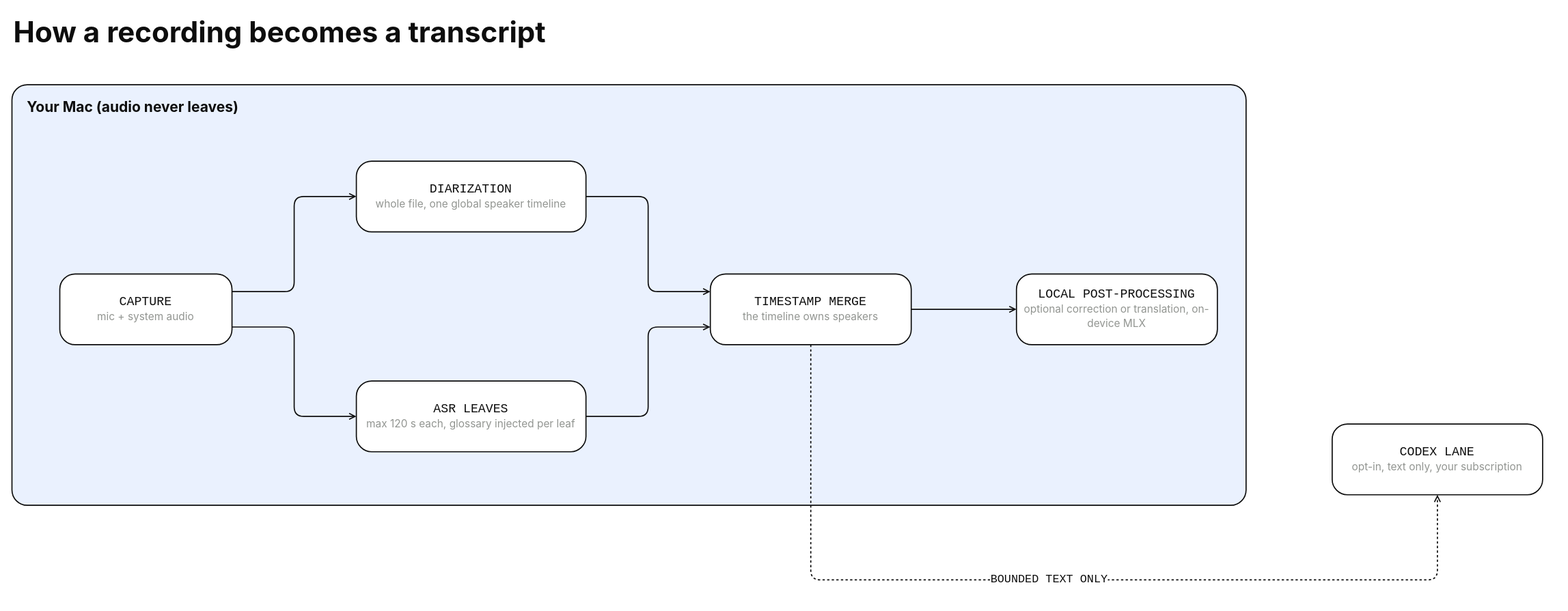
gigio1023/maccheroni keeps this draw.io diagram as docs/assets/pipeline-light.drawio.svg. Above is the earlier version. Source tidied: cells renumbered, new cells last; positions are measured from the earlier drawing's top-left corner, leaving out a move shared by most shapes. Its diagram source:
```xml
<mxGraphModel>
  <root>
    <mxCell id="0" />
    <mxCell id="1" parent="0" />
    <mxCell id="2" value="How a recording becomes a transcript" style="text;html=1;strokeColor=none;fillColor=none;align=left;verticalAlign=middle;fontFamily=Inter, Helvetica Neue, Helvetica, sans-serif;fontSize=30;fontStyle=1;fontColor=#0D0D0D;" parent="1" vertex="1">
      <mxGeometry width="820" height="40" as="geometry" />
    </mxCell>
    <mxCell id="3" value="Your Mac (audio never leaves)" style="rounded=1;absoluteArcSize=1;arcSize=32;whiteSpace=wrap;html=1;fillColor=#EAF1FE;strokeColor=#0D0D0D;strokeWidth=1.2;fontColor=#0D0D0D;fontFamily=Inter, Helvetica Neue, Helvetica, sans-serif;fontSize=15;fontStyle=1;verticalAlign=top;align=left;spacingLeft=14;spacingTop=8;shadow=0;" parent="1" vertex="1">
      <mxGeometry y="76" width="1290" height="440" as="geometry" />
    </mxCell>
    <mxCell id="4" value="CAPTURE&lt;br&gt;&lt;font face=&quot;Inter, Helvetica Neue, Helvetica, sans-serif&quot; style=&quot;font-size:11px&quot; color=&quot;#929591&quot;&gt;mic + system audio&lt;/font&gt;" style="rounded=1;absoluteArcSize=1;arcSize=32;whiteSpace=wrap;html=1;fillColor=#FFFFFF;strokeColor=#0D0D0D;strokeWidth=1.2;fontColor=#0D0D0D;fontFamily=IBM Plex Mono, Menlo, monospace;fontSize=13;align=center;spacing=8;shadow=0;" parent="1" vertex="1">
      <mxGeometry x="50" y="274" width="180" height="74" as="geometry" />
    </mxCell>
    <mxCell id="5" value="DIARIZATION&lt;br&gt;&lt;font face=&quot;Inter, Helvetica Neue, Helvetica, sans-serif&quot; style=&quot;font-size:11px&quot; color=&quot;#929591&quot;&gt;whole file, one global speaker timeline&lt;/font&gt;" style="rounded=1;absoluteArcSize=1;arcSize=32;whiteSpace=wrap;html=1;fillColor=#FFFFFF;strokeColor=#0D0D0D;strokeWidth=1.2;fontColor=#0D0D0D;fontFamily=IBM Plex Mono, Menlo, monospace;fontSize=13;align=center;spacing=8;shadow=0;" parent="1" vertex="1">
      <mxGeometry x="360" y="156" width="240" height="74" as="geometry" />
    </mxCell>
    <mxCell id="6" value="ASR LEAVES&lt;br&gt;&lt;font face=&quot;Inter, Helvetica Neue, Helvetica, sans-serif&quot; style=&quot;font-size:11px&quot; color=&quot;#929591&quot;&gt;max 120 s each, glossary injected per leaf&lt;/font&gt;" style="rounded=1;absoluteArcSize=1;arcSize=32;whiteSpace=wrap;html=1;fillColor=#FFFFFF;strokeColor=#0D0D0D;strokeWidth=1.2;fontColor=#0D0D0D;fontFamily=IBM Plex Mono, Menlo, monospace;fontSize=13;align=center;spacing=8;shadow=0;" parent="1" vertex="1">
      <mxGeometry x="360" y="386" width="240" height="74" as="geometry" />
    </mxCell>
    <mxCell id="7" value="TIMESTAMP MERGE&lt;br&gt;&lt;font face=&quot;Inter, Helvetica Neue, Helvetica, sans-serif&quot; style=&quot;font-size:11px&quot; color=&quot;#929591&quot;&gt;the timeline owns speakers&lt;/font&gt;" style="rounded=1;absoluteArcSize=1;arcSize=32;whiteSpace=wrap;html=1;fillColor=#FFFFFF;strokeColor=#0D0D0D;strokeWidth=1.2;fontColor=#0D0D0D;fontFamily=IBM Plex Mono, Menlo, monospace;fontSize=13;align=center;spacing=8;shadow=0;" parent="1" vertex="1">
      <mxGeometry x="730" y="274" width="210" height="74" as="geometry" />
    </mxCell>
    <mxCell id="8" value="LOCAL POST-PROCESSING&lt;br&gt;&lt;font face=&quot;Inter, Helvetica Neue, Helvetica, sans-serif&quot; style=&quot;font-size:11px&quot; color=&quot;#929591&quot;&gt;optional correction or translation, on-device MLX&lt;/font&gt;" style="rounded=1;absoluteArcSize=1;arcSize=32;whiteSpace=wrap;html=1;fillColor=#FFFFFF;strokeColor=#0D0D0D;strokeWidth=1.2;fontColor=#0D0D0D;fontFamily=IBM Plex Mono, Menlo, monospace;fontSize=13;align=center;spacing=8;shadow=0;" parent="1" vertex="1">
      <mxGeometry x="1050" y="274" width="210" height="74" as="geometry" />
    </mxCell>
    <mxCell id="9" value="CODEX LANE&lt;br&gt;&lt;font face=&quot;Inter, Helvetica Neue, Helvetica, sans-serif&quot; style=&quot;font-size:11px&quot; color=&quot;#929591&quot;&gt;opt-in, text only, your subscription&lt;/font&gt;" style="rounded=1;absoluteArcSize=1;arcSize=32;whiteSpace=wrap;html=1;fillColor=#FFFFFF;strokeColor=#0D0D0D;strokeWidth=1.2;fontColor=#0D0D0D;fontFamily=IBM Plex Mono, Menlo, monospace;fontSize=13;align=center;spacing=8;shadow=0;" parent="1" vertex="1">
      <mxGeometry x="1380" y="431" width="220" height="74" as="geometry" />
    </mxCell>
    <mxCell id="10" style="edgeStyle=orthogonalEdgeStyle;rounded=1;html=1;strokeColor=#0D0D0D;strokeWidth=1.2;endArrow=open;endFill=0;endSize=5;startArrow=none;exitX=1;exitY=0.25;entryX=0;entryY=0.5;" parent="1" edge="1" source="4" target="5">
      <mxGeometry relative="1" as="geometry" />
    </mxCell>
    <mxCell id="11" style="edgeStyle=orthogonalEdgeStyle;rounded=1;html=1;strokeColor=#0D0D0D;strokeWidth=1.2;endArrow=open;endFill=0;endSize=5;startArrow=none;exitX=1;exitY=0.75;entryX=0;entryY=0.5;" parent="1" edge="1" source="4" target="6">
      <mxGeometry relative="1" as="geometry" />
    </mxCell>
    <mxCell id="12" style="edgeStyle=orthogonalEdgeStyle;rounded=1;html=1;strokeColor=#0D0D0D;strokeWidth=1.2;endArrow=open;endFill=0;endSize=5;startArrow=none;exitX=1;exitY=0.5;entryX=0;entryY=0.25;" parent="1" edge="1" source="5" target="7">
      <mxGeometry relative="1" as="geometry" />
    </mxCell>
    <mxCell id="13" style="edgeStyle=orthogonalEdgeStyle;rounded=1;html=1;strokeColor=#0D0D0D;strokeWidth=1.2;endArrow=open;endFill=0;endSize=5;startArrow=none;exitX=1;exitY=0.5;entryX=0;entryY=0.75;" parent="1" edge="1" source="6" target="7">
      <mxGeometry relative="1" as="geometry" />
    </mxCell>
    <mxCell id="14" style="edgeStyle=orthogonalEdgeStyle;rounded=1;html=1;strokeColor=#0D0D0D;strokeWidth=1.2;endArrow=open;endFill=0;endSize=5;startArrow=none;exitX=1;exitY=0.5;entryX=0;entryY=0.5;" parent="1" edge="1" source="7" target="8">
      <mxGeometry relative="1" as="geometry" />
    </mxCell>
    <mxCell id="15" value="BOUNDED TEXT ONLY" style="edgeStyle=orthogonalEdgeStyle;rounded=1;html=1;strokeColor=#0D0D0D;strokeWidth=1.2;endArrow=open;endFill=0;endSize=5;startArrow=none;dashed=1;dashPattern=2 2;exitX=0.5;exitY=1;entryX=0.5;entryY=1;fontFamily=IBM Plex Mono, Menlo, monospace;fontSize=12;fontColor=#0D0D0D;labelBackgroundColor=#FFFFFF;" parent="1" edge="1" source="7" target="9">
      <mxGeometry relative="1" as="geometry">
        <Array as="points">
          <mxPoint x="835" y="594" />
          <mxPoint x="1490" y="594" />
        </Array>
      </mxGeometry>
    </mxCell>
  </root>
</mxGraphModel>
```
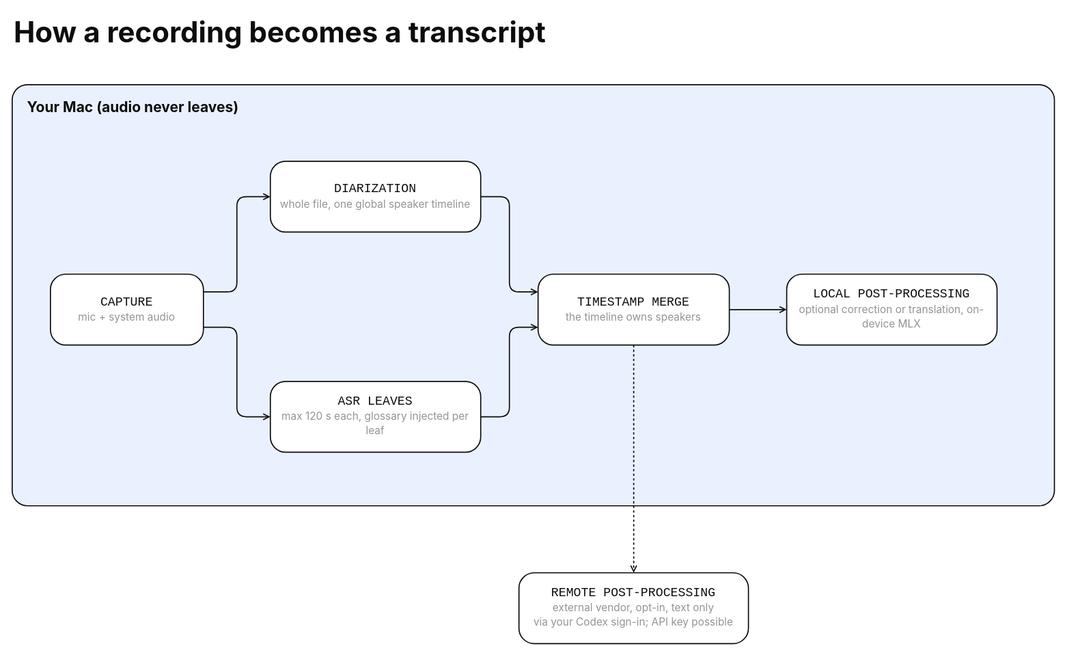
Later version of the same file.

What changed in the source:
```diff
@@ -6,25 +6,25 @@
       <mxGeometry width="820" height="40" as="geometry" />
     </mxCell>
     <mxCell id="3" value="Your Mac (audio never leaves)" style="rounded=1;absoluteArcSize=1;arcSize=32;whiteSpace=wrap;html=1;fillColor=#EAF1FE;strokeColor=#0D0D0D;strokeWidth=1.2;fontColor=#0D0D0D;fontFamily=Inter, Helvetica Neue, Helvetica, sans-serif;fontSize=15;fontStyle=1;verticalAlign=top;align=left;spacingLeft=14;spacingTop=8;shadow=0;" parent="1" vertex="1">
-      <mxGeometry y="76" width="1290" height="440" as="geometry" />
+      <mxGeometry y="76" width="1090" height="440" as="geometry" />
     </mxCell>
     <mxCell id="4" value="CAPTURE&lt;br&gt;&lt;font face=&quot;Inter, Helvetica Neue, Helvetica, sans-serif&quot; style=&quot;font-size:11px&quot; color=&quot;#929591&quot;&gt;mic + system audio&lt;/font&gt;" style="rounded=1;absoluteArcSize=1;arcSize=32;whiteSpace=wrap;html=1;fillColor=#FFFFFF;strokeColor=#0D0D0D;strokeWidth=1.2;fontColor=#0D0D0D;fontFamily=IBM Plex Mono, Menlo, monospace;fontSize=13;align=center;spacing=8;shadow=0;" parent="1" vertex="1">
-      <mxGeometry x="50" y="274" width="180" height="74" as="geometry" />
+      <mxGeometry x="40" y="274" width="160" height="74" as="geometry" />
     </mxCell>
     <mxCell id="5" value="DIARIZATION&lt;br&gt;&lt;font face=&quot;Inter, Helvetica Neue, Helvetica, sans-serif&quot; style=&quot;font-size:11px&quot; color=&quot;#929591&quot;&gt;whole file, one global speaker timeline&lt;/font&gt;" style="rounded=1;absoluteArcSize=1;arcSize=32;whiteSpace=wrap;html=1;fillColor=#FFFFFF;strokeColor=#0D0D0D;strokeWidth=1.2;fontColor=#0D0D0D;fontFamily=IBM Plex Mono, Menlo, monospace;fontSize=13;align=center;spacing=8;shadow=0;" parent="1" vertex="1">
-      <mxGeometry x="360" y="156" width="240" height="74" as="geometry" />
+      <mxGeometry x="270" y="156" width="220" height="74" as="geometry" />
     </mxCell>
     <mxCell id="6" value="ASR LEAVES&lt;br&gt;&lt;font face=&quot;Inter, Helvetica Neue, Helvetica, sans-serif&quot; style=&quot;font-size:11px&quot; color=&quot;#929591&quot;&gt;max 120 s each, glossary injected per leaf&lt;/font&gt;" style="rounded=1;absoluteArcSize=1;arcSize=32;whiteSpace=wrap;html=1;fillColor=#FFFFFF;strokeColor=#0D0D0D;strokeWidth=1.2;fontColor=#0D0D0D;fontFamily=IBM Plex Mono, Menlo, monospace;fontSize=13;align=center;spacing=8;shadow=0;" parent="1" vertex="1">
-      <mxGeometry x="360" y="386" width="240" height="74" as="geometry" />
+      <mxGeometry x="270" y="386" width="220" height="74" as="geometry" />
     </mxCell>
     <mxCell id="7" value="TIMESTAMP MERGE&lt;br&gt;&lt;font face=&quot;Inter, Helvetica Neue, Helvetica, sans-serif&quot; style=&quot;font-size:11px&quot; color=&quot;#929591&quot;&gt;the timeline owns speakers&lt;/font&gt;" style="rounded=1;absoluteArcSize=1;arcSize=32;whiteSpace=wrap;html=1;fillColor=#FFFFFF;strokeColor=#0D0D0D;strokeWidth=1.2;fontColor=#0D0D0D;fontFamily=IBM Plex Mono, Menlo, monospace;fontSize=13;align=center;spacing=8;shadow=0;" parent="1" vertex="1">
-      <mxGeometry x="730" y="274" width="210" height="74" as="geometry" />
+      <mxGeometry x="550" y="274" width="200" height="74" as="geometry" />
     </mxCell>
     <mxCell id="8" value="LOCAL POST-PROCESSING&lt;br&gt;&lt;font face=&quot;Inter, Helvetica Neue, Helvetica, sans-serif&quot; style=&quot;font-size:11px&quot; color=&quot;#929591&quot;&gt;optional correction or translation, on-device MLX&lt;/font&gt;" style="rounded=1;absoluteArcSize=1;arcSize=32;whiteSpace=wrap;html=1;fillColor=#FFFFFF;strokeColor=#0D0D0D;strokeWidth=1.2;fontColor=#0D0D0D;fontFamily=IBM Plex Mono, Menlo, monospace;fontSize=13;align=center;spacing=8;shadow=0;" parent="1" vertex="1">
-      <mxGeometry x="1050" y="274" width="210" height="74" as="geometry" />
+      <mxGeometry x="810" y="274" width="220" height="74" as="geometry" />
     </mxCell>
-    <mxCell id="9" value="CODEX LANE&lt;br&gt;&lt;font face=&quot;Inter, Helvetica Neue, Helvetica, sans-serif&quot; style=&quot;font-size:11px&quot; color=&quot;#929591&quot;&gt;opt-in, text only, your subscription&lt;/font&gt;" style="rounded=1;absoluteArcSize=1;arcSize=32;whiteSpace=wrap;html=1;fillColor=#FFFFFF;strokeColor=#0D0D0D;strokeWidth=1.2;fontColor=#0D0D0D;fontFamily=IBM Plex Mono, Menlo, monospace;fontSize=13;align=center;spacing=8;shadow=0;" parent="1" vertex="1">
-      <mxGeometry x="1380" y="431" width="220" height="74" as="geometry" />
+    <mxCell id="9" value="REMOTE POST-PROCESSING&lt;br&gt;&lt;font face=&quot;Inter, Helvetica Neue, Helvetica, sans-serif&quot; style=&quot;font-size:11px&quot; color=&quot;#929591&quot;&gt;external vendor, opt-in, text only&lt;br&gt;via your Codex sign-in; API key possible&lt;/font&gt;" style="rounded=1;absoluteArcSize=1;arcSize=32;whiteSpace=wrap;html=1;fillColor=#FFFFFF;strokeColor=#0D0D0D;strokeWidth=1.2;fontColor=#0D0D0D;fontFamily=IBM Plex Mono, Menlo, monospace;fontSize=13;align=center;spacing=8;shadow=0;" parent="1" vertex="1">
+      <mxGeometry x="530" y="586" width="240" height="74" as="geometry" />
     </mxCell>
     <mxCell id="10" style="edgeStyle=orthogonalEdgeStyle;rounded=1;html=1;strokeColor=#0D0D0D;strokeWidth=1.2;endArrow=open;endFill=0;endSize=5;startArrow=none;exitX=1;exitY=0.25;entryX=0;entryY=0.5;" parent="1" edge="1" source="4" target="5">
       <mxGeometry relative="1" as="geometry" />
@@ -41,13 +41,8 @@
     <mxCell id="14" style="edgeStyle=orthogonalEdgeStyle;rounded=1;html=1;strokeColor=#0D0D0D;strokeWidth=1.2;endArrow=open;endFill=0;endSize=5;startArrow=none;exitX=1;exitY=0.5;entryX=0;entryY=0.5;" parent="1" edge="1" source="7" target="8">
       <mxGeometry relative="1" as="geometry" />
     </mxCell>
-    <mxCell id="15" value="BOUNDED TEXT ONLY" style="edgeStyle=orthogonalEdgeStyle;rounded=1;html=1;strokeColor=#0D0D0D;strokeWidth=1.2;endArrow=open;endFill=0;endSize=5;startArrow=none;dashed=1;dashPattern=2 2;exitX=0.5;exitY=1;entryX=0.5;entryY=1;fontFamily=IBM Plex Mono, Menlo, monospace;fontSize=12;fontColor=#0D0D0D;labelBackgroundColor=#FFFFFF;" parent="1" edge="1" source="7" target="9">
-      <mxGeometry relative="1" as="geometry">
-        <Array as="points">
-          <mxPoint x="835" y="594" />
-          <mxPoint x="1490" y="594" />
-        </Array>
-      </mxGeometry>
+    <mxCell id="15" style="edgeStyle=orthogonalEdgeStyle;rounded=1;html=1;strokeColor=#0D0D0D;strokeWidth=1.2;endArrow=open;endFill=0;endSize=5;startArrow=none;dashed=1;dashPattern=2 2;exitX=0.5;exitY=1;entryX=0.5;entryY=0;" parent="1" edge="1" source="7" target="9">
+      <mxGeometry relative="1" as="geometry" />
     </mxCell>
   </root>
 </mxGraphModel>
```
